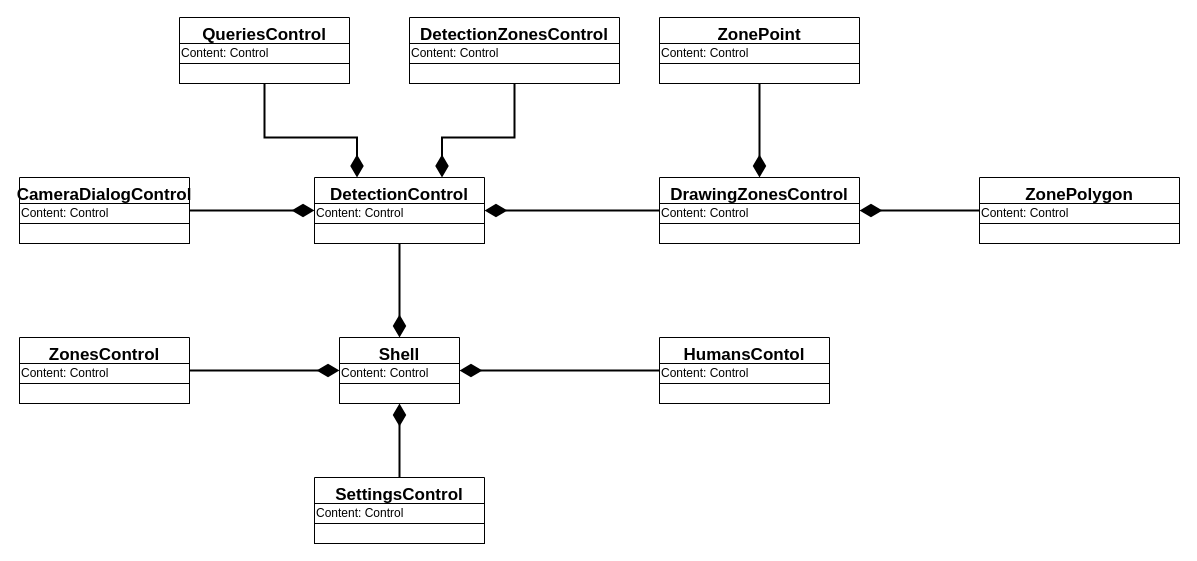
This is page "Views" (3 of 11) of Engineering/Packets-detailed.drawio from GoldGreen/Skeletonization, a draw.io file, before an edit. Source tidied: cells renumbered, new cells numbered last; positions are measured from the earlier drawing's top-left corner, leaving out a move shared by most shapes. Both pictures are drawn from the tidied source at 100%, with x=0, y=0 at pixel (19, 17).
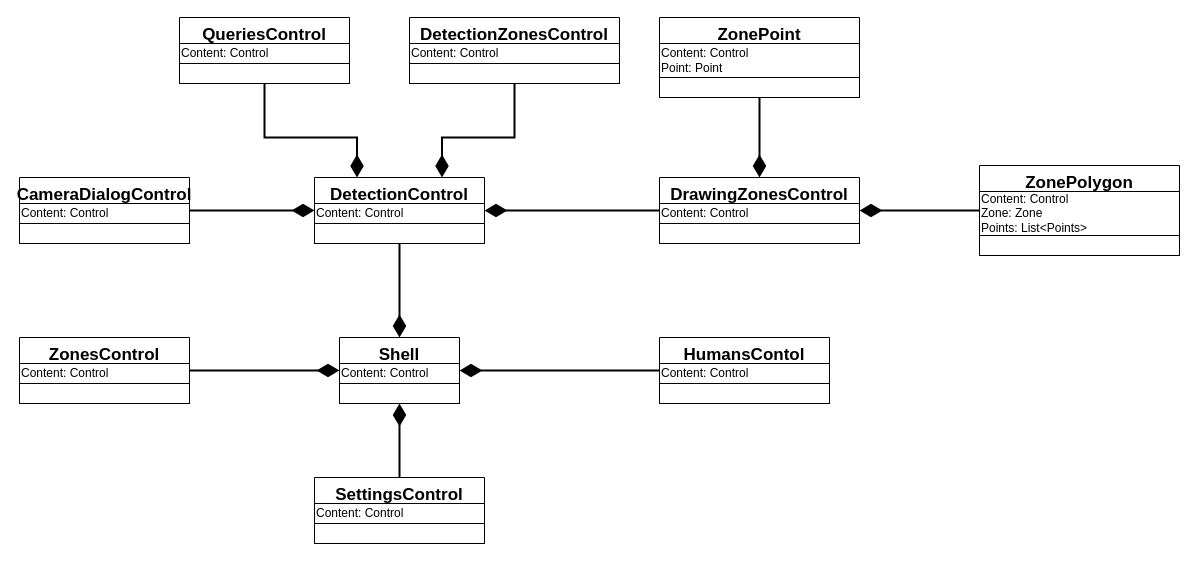
The same page after the edit.

The edit, as a diff of the source:
```diff
@@
     <mxCell id="33" value="ZonePoint" style="swimlane;fontStyle=1;align=center;verticalAlign=top;horizontal=1;startSize=26;fontSize=17;" parent="1" vertex="1">
-      <mxGeometry x="640" width="200" height="66" as="geometry" />
+      <mxGeometry x="640" width="200" height="80" as="geometry" />
     </mxCell>
-    <mxCell id="34" value="&lt;span&gt;Content: Control&lt;/span&gt;" style="rounded=0;whiteSpace=wrap;html=1;fontFamily=Helvetica;fontSize=12;fontColor=default;startSize=26;strokeColor=default;fillColor=default;align=left;" parent="33" vertex="1">
-      <mxGeometry y="26" width="200" height="20" as="geometry" />
+    <mxCell id="34" value="&lt;span&gt;Content: Control&lt;br&gt;Point: Point&lt;br&gt;&lt;/span&gt;" style="rounded=0;whiteSpace=wrap;html=1;fontFamily=Helvetica;fontSize=12;fontColor=default;startSize=26;strokeColor=default;fillColor=default;align=left;" parent="33" vertex="1">
+      <mxGeometry y="26" width="200" height="34" as="geometry" />
     </mxCell>
     <mxCell id="35" style="rounded=0;whiteSpace=wrap;html=1;fontFamily=Helvetica;fontSize=12;fontColor=default;startSize=26;strokeColor=default;fillColor=default;align=left;" parent="33" vertex="1">
-      <mxGeometry y="46" width="200" height="20" as="geometry" />
+      <mxGeometry y="60" width="200" height="20" as="geometry" />
     </mxCell>
     <mxCell id="36" value="ZonePolygon" style="swimlane;fontStyle=1;align=center;verticalAlign=top;horizontal=1;startSize=26;fontSize=17;" parent="1" vertex="1">
-      <mxGeometry x="960" y="160" width="200" height="66" as="geometry" />
+      <mxGeometry x="960" y="148" width="200" height="90" as="geometry" />
     </mxCell>
-    <mxCell id="37" value="&lt;span&gt;Content: Control&lt;/span&gt;" style="rounded=0;whiteSpace=wrap;html=1;fontFamily=Helvetica;fontSize=12;fontColor=default;startSize=26;strokeColor=default;fillColor=default;align=left;" parent="36" vertex="1">
-      <mxGeometry y="26" width="200" height="20" as="geometry" />
+    <mxCell id="37" value="&lt;span&gt;Content: Control&lt;br&gt;Zone: Zone&lt;br&gt;Points: List&amp;lt;Points&amp;gt;&lt;br&gt;&lt;/span&gt;" style="rounded=0;whiteSpace=wrap;html=1;fontFamily=Helvetica;fontSize=12;fontColor=default;startSize=26;strokeColor=default;fillColor=default;align=left;" parent="36" vertex="1">
+      <mxGeometry y="26" width="200" height="44" as="geometry" />
     </mxCell>
     <mxCell id="38" style="rounded=0;whiteSpace=wrap;html=1;fontFamily=Helvetica;fontSize=12;fontColor=default;startSize=26;strokeColor=default;fillColor=default;align=left;" parent="36" vertex="1">
-      <mxGeometry y="46" width="200" height="20" as="geometry" />
+      <mxGeometry y="70" width="200" height="20" as="geometry" />
     </mxCell>
```
